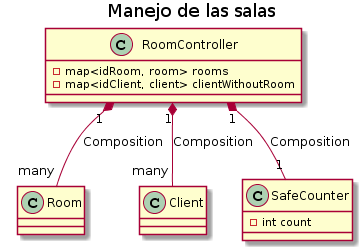
Before: Codigo plant UML/RoomController.png, a diagram exported from PlantUML (sberoch/MicromachinesTaller).
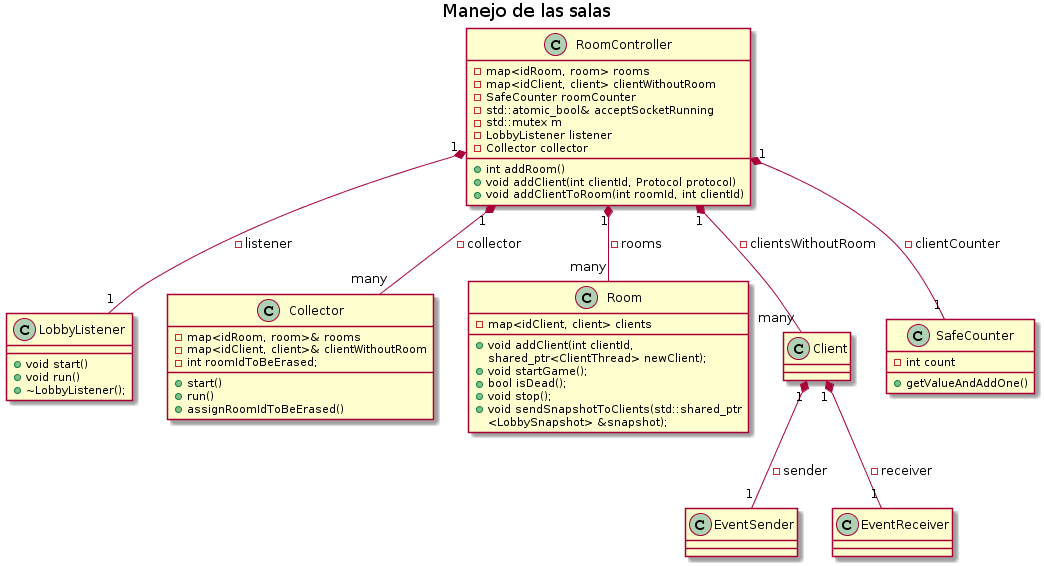
After the commit.

Commit message:
Cambios UML

The edit, as a diff of the source:
```diff
@@ -3,19 +3,55 @@
 
 
 class RoomController {
-  -map<idRoom, room> rooms
-  -map<idClient, client> clientWithoutRoom
-
+    -map<idRoom, room> rooms
+    -map<idClient, client> clientWithoutRoom
+    -SafeCounter roomCounter
+    -std::atomic_bool& acceptSocketRunning
+    -std::mutex m
+    -LobbyListener listener
+    -Collector collector
+    +int addRoom()
+    +void addClient(int clientId, Protocol protocol)
+    +void addClientToRoom(int roomId, int clientId)
 }
 
-class Room
+class LobbyListener {
+    +void start()
+    +void run()
+    +~LobbyListener();
+}
+
+class Collector {
+    -map<idRoom, room>& rooms
+    -map<idClient, client>& clientWithoutRoom
+    -int roomIdToBeErased;
+    +start()
+    +run()
+    +assignRoomIdToBeErased()
+}
+
+class Room {
+    -map<idClient, client> clients
+    +void addClient(int clientId,
+    shared_ptr<ClientThread> newClient);
+    +void startGame();
+    +bool isDead();
+    +void stop();
+    +void sendSnapshotToClients(std::shared_ptr
+    <LobbySnapshot> &snapshot);
+}
 class Client
 class SafeCounter {
     -int count
+    +getValueAndAddOne()
 }
 
 
-RoomController "1" *-down- "many" Room: Composition
-RoomController "1" *-down- "many" Client: Composition
-RoomController "1" *-down- "1" SafeCounter: Composition
+RoomController "1" *-down- "many" Room: -rooms
+RoomController "1" *-down- "many" Client: -clientsWithoutRoom
+RoomController "1" *-down- "1" SafeCounter: -clientCounter
+RoomController "1" *-down- "1" LobbyListener: -listener
+RoomController "1" *-down- "many" Collector: -collector
+Client "1" *-down- "1" EventSender: -sender
+Client "1" *-down- "1" EventReceiver: -receiver
 @enduml
```
